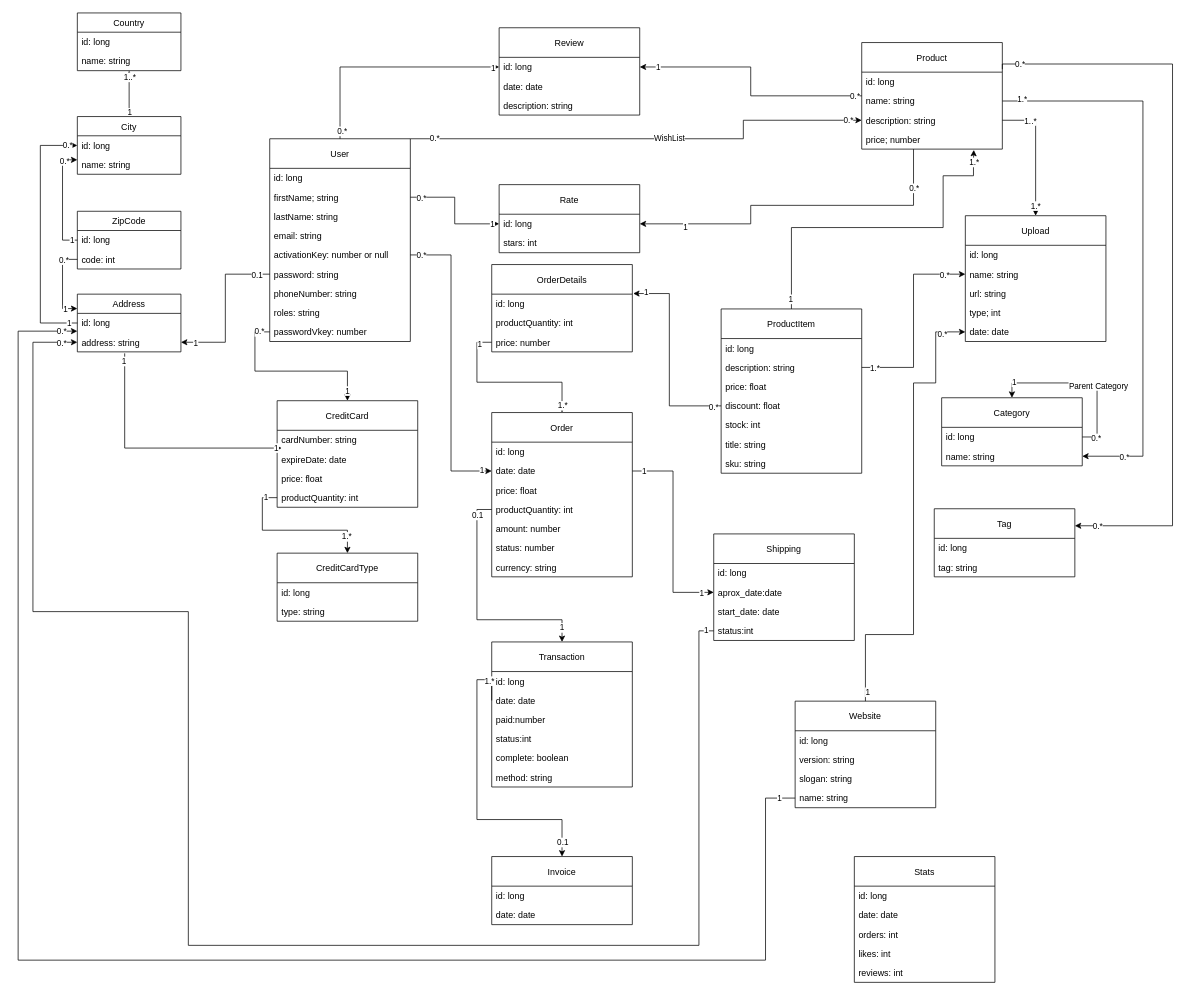
Psycomentis06/AZIT-e-commerce-API-doc keeps this draw.io diagram as page "Ecommerce basic model" (1 of 4) of Class Diagram.drawio. Above is the earlier version. Source tidied: cells renumbered, new cells numbered last; positions are measured from the earlier drawing's top-left corner, leaving out a move shared by most shapes. Both pictures are drawn from the tidied source at 74%, with x=0, y=0 at pixel (18, 13).
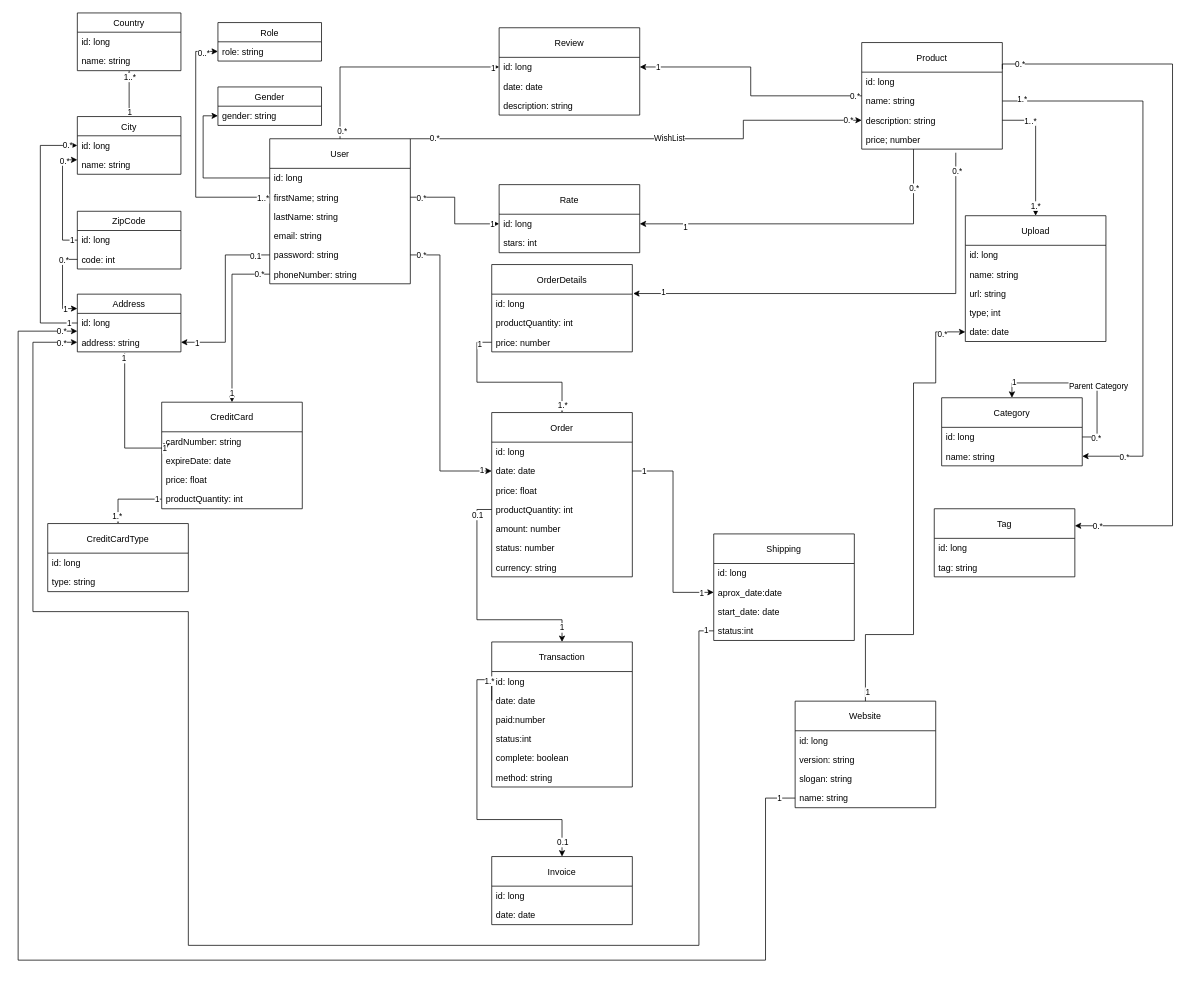
Above is the later version.

Commit message:
New Classes structure

Unchanged cells that the change refers to:
```xml
<mxCell id="10" value="id: long" style="text;strokeColor=none;fillColor=none;align=left;verticalAlign=top;spacingLeft=4;spacingRight=4;overflow=hidden;points=[[0,0.5],[1,0.5]];portConstraint=eastwest;" parent="9" vertex="1">
  <mxGeometry y="40" width="190" height="26" as="geometry" />
</mxCell>
<mxCell id="11" value="firstName; string" style="text;strokeColor=none;fillColor=none;align=left;verticalAlign=top;spacingLeft=4;spacingRight=4;overflow=hidden;points=[[0,0.5],[1,0.5]];portConstraint=eastwest;" parent="9" vertex="1">
  <mxGeometry y="66" width="190" height="26" as="geometry" />
</mxCell>
<mxCell id="47" value="name: string" style="text;strokeColor=none;fillColor=none;align=left;verticalAlign=top;spacingLeft=4;spacingRight=4;overflow=hidden;points=[[0,0.5],[1,0.5]];portConstraint=eastwest;" parent="45" vertex="1">
  <mxGeometry y="66" width="190" height="26" as="geometry" />
</mxCell>
<mxCell id="56" value="date: date" style="text;strokeColor=none;fillColor=none;align=left;verticalAlign=top;spacingLeft=4;spacingRight=4;overflow=hidden;points=[[0,0.5],[1,0.5]];portConstraint=eastwest;" parent="54" vertex="1">
  <mxGeometry y="66" width="190" height="26" as="geometry" />
</mxCell>
<mxCell id="89" value="id: long" style="text;strokeColor=none;fillColor=none;align=left;verticalAlign=top;spacingLeft=4;spacingRight=4;overflow=hidden;points=[[0,0.5],[1,0.5]];portConstraint=eastwest;" parent="88" vertex="1">
  <mxGeometry y="40" width="190" height="26" as="geometry" />
</mxCell>
<mxCell id="131" value="id: long" style="text;strokeColor=none;fillColor=none;align=left;verticalAlign=top;spacingLeft=4;spacingRight=4;overflow=hidden;points=[[0,0.5],[1,0.5]];portConstraint=eastwest;" parent="130" vertex="1">
  <mxGeometry y="40" width="190" height="26" as="geometry" />
</mxCell>
<mxCell id="147" value="price; number" style="text;strokeColor=none;fillColor=none;align=left;verticalAlign=top;spacingLeft=4;spacingRight=4;overflow=hidden;points=[[0,0.5],[1,0.5]];portConstraint=eastwest;" parent="143" vertex="1">
  <mxGeometry y="118" width="190" height="26" as="geometry" />
</mxCell>
```

Diff of the diagram source:
```diff
@@
     <mxCell id="9" value="User" style="swimlane;fontStyle=0;horizontal=1;startSize=40;fillColor=none;" parent="1" vertex="1">
-      <mxGeometry x="340" y="170" width="190" height="274" as="geometry" />
+      <mxGeometry x="340" y="170" width="190" height="196" as="geometry" />
     </mxCell>
@@
-    <mxCell id="14" value="activationKey: number or null" style="text;strokeColor=none;fillColor=none;align=left;verticalAlign=top;spacingLeft=4;spacingRight=4;overflow=hidden;points=[[0,0.5],[1,0.5]];portConstraint=eastwest;" parent="9" vertex="1">
-      <mxGeometry y="144" width="190" height="26" as="geometry" />
-    </mxCell>
     <mxCell id="15" value="password: string" style="text;strokeColor=none;fillColor=none;align=left;verticalAlign=top;spacingLeft=4;spacingRight=4;overflow=hidden;points=[[0,0.5],[1,0.5]];portConstraint=eastwest;" parent="9" vertex="1">
-      <mxGeometry y="170" width="190" height="26" as="geometry" />
+      <mxGeometry y="144" width="190" height="26" as="geometry" />
     </mxCell>
     <mxCell id="16" value="phoneNumber: string" style="text;strokeColor=none;fillColor=none;align=left;verticalAlign=top;spacingLeft=4;spacingRight=4;overflow=hidden;points=[[0,0.5],[1,0.5]];portConstraint=eastwest;" parent="9" vertex="1">
-      <mxGeometry y="196" width="190" height="26" as="geometry" />
+      <mxGeometry y="170" width="190" height="26" as="geometry" />
     </mxCell>
-    <mxCell id="17" value="roles: string" style="text;strokeColor=none;fillColor=none;align=left;verticalAlign=top;spacingLeft=4;spacingRight=4;overflow=hidden;" parent="9" vertex="1">
-      <mxGeometry y="222" width="190" height="26" as="geometry" />
-    </mxCell>
-    <mxCell id="18" value="passwordVkey: number" style="text;strokeColor=none;fillColor=none;align=left;verticalAlign=top;spacingLeft=4;spacingRight=4;overflow=hidden;points=[[0,0.5],[1,0.5]];portConstraint=eastwest;" parent="9" vertex="1">
-      <mxGeometry y="248" width="190" height="26" as="geometry" />
-    </mxCell>
@@
-    <mxCell id="22" style="edgeStyle=orthogonalEdgeStyle;rounded=0;jettySize=auto;html=1;exitX=0.5;exitY=0;exitDx=0;exitDy=0;entryX=0.797;entryY=1.043;entryDx=0;entryDy=0;entryPerimeter=0;" parent="1" edge="1" source="25" target="147">
-      <mxGeometry relative="1" as="geometry">
-        <Array as="points">
-          <mxPoint x="1045" y="290" />
-          <mxPoint x="1250" y="290" />
-          <mxPoint x="1250" y="220" />
-          <mxPoint x="1291" y="220" />
-          <mxPoint x="1291" y="200" />
-          <mxPoint x="1291" y="200" />
-        </Array>
-      </mxGeometry>
-    </mxCell>
-    <mxCell id="23" value="1" style="edgeLabel;html=1;align=center;verticalAlign=middle;" parent="22" vertex="1">
-      <mxGeometry x="-0.94" y="2" relative="1" as="geometry" />
-    </mxCell>
-    <mxCell id="24" value="1.*" style="edgeLabel;html=1;align=center;verticalAlign=middle;" parent="22" vertex="1">
-      <mxGeometry x="0.93" relative="1" as="geometry" />
-    </mxCell>
-    <mxCell id="25" value="ProductItem" style="swimlane;fontStyle=0;horizontal=1;startSize=40;fillColor=none;" parent="1" vertex="1">
-      <mxGeometry x="950" y="400" width="190" height="222" as="geometry" />
-    </mxCell>
-    <mxCell id="26" value="id: long" style="text;strokeColor=none;fillColor=none;align=left;verticalAlign=top;spacingLeft=4;spacingRight=4;overflow=hidden;" parent="25" vertex="1">
-      <mxGeometry y="40" width="190" height="26" as="geometry" />
-    </mxCell>
-    <mxCell id="27" value="description: string" style="text;strokeColor=none;fillColor=none;align=left;verticalAlign=top;spacingLeft=4;spacingRight=4;overflow=hidden;points=[[0,0.5],[1,0.5]];portConstraint=eastwest;" parent="25" vertex="1">
-      <mxGeometry y="66" width="190" height="26" as="geometry" />
-    </mxCell>
-    <mxCell id="28" value="price: float" style="text;strokeColor=none;fillColor=none;align=left;verticalAlign=top;spacingLeft=4;spacingRight=4;overflow=hidden;" parent="25" vertex="1">
-      <mxGeometry y="92" width="190" height="26" as="geometry" />
-    </mxCell>
-    <mxCell id="29" value="discount: float" style="text;strokeColor=none;fillColor=none;align=left;verticalAlign=top;spacingLeft=4;spacingRight=4;overflow=hidden;points=[[0,0.5],[1,0.5]];portConstraint=eastwest;" parent="25" vertex="1">
-      <mxGeometry y="118" width="190" height="26" as="geometry" />
-    </mxCell>
-    <mxCell id="30" value="stock: int" style="text;strokeColor=none;fillColor=none;align=left;verticalAlign=top;spacingLeft=4;spacingRight=4;overflow=hidden;" parent="25" vertex="1">
-      <mxGeometry y="144" width="190" height="26" as="geometry" />
-    </mxCell>
-    <mxCell id="31" value="title: string" style="text;strokeColor=none;fillColor=none;align=left;verticalAlign=top;spacingLeft=4;spacingRight=4;overflow=hidden;" parent="25" vertex="1">
-      <mxGeometry y="170" width="190" height="26" as="geometry" />
-    </mxCell>
-    <mxCell id="32" value="sku: string" style="text;strokeColor=none;fillColor=none;align=left;verticalAlign=top;spacingLeft=4;spacingRight=4;overflow=hidden;" parent="25" vertex="1">
-      <mxGeometry y="196" width="190" height="26" as="geometry" />
-    </mxCell>
@@
-    <mxCell id="79" style="edgeStyle=orthogonalEdgeStyle;rounded=0;jettySize=auto;html=1;exitX=1;exitY=0.5;exitDx=0;exitDy=0;entryX=0;entryY=0.5;entryDx=0;entryDy=0;" parent="1" edge="1" source="27" target="47">
-      <mxGeometry relative="1" as="geometry" />
-    </mxCell>
-    <mxCell id="80" value="1.*" style="edgeLabel;html=1;align=center;verticalAlign=middle;" parent="79" vertex="1">
-      <mxGeometry x="-0.87" relative="1" as="geometry" />
-    </mxCell>
-    <mxCell id="81" value="0.*" style="edgeLabel;html=1;align=center;verticalAlign=middle;" parent="79" vertex="1">
-      <mxGeometry x="0.78" relative="1" as="geometry" />
-    </mxCell>
@@
     <mxCell id="94" style="edgeStyle=orthogonalEdgeStyle;rounded=0;jettySize=auto;html=1;entryX=1;entryY=0.5;entryDx=0;entryDy=0;" parent="1" edge="1" target="89">
       <mxGeometry relative="1" as="geometry">
         <mxPoint x="1210" y="184" as="sourcePoint" />
         <Array as="points">
-          <mxPoint x="1210" y="184" />
-          <mxPoint x="1210" y="260" />
-          <mxPoint x="990" y="260" />
-          <mxPoint x="990" y="285" />
+          <mxPoint x="1210" y="285" />
         </Array>
       </mxGeometry>
     </mxCell>
@@
     <mxCell id="97" value="CreditCard" style="swimlane;fontStyle=0;horizontal=1;startSize=40;fillColor=none;" parent="1" vertex="1">
-      <mxGeometry x="350" y="524" width="190" height="144" as="geometry" />
+      <mxGeometry x="194" y="526" width="190" height="144" as="geometry" />
     </mxCell>
@@
     <mxCell id="102" value="CreditCardType" style="swimlane;fontStyle=0;horizontal=1;startSize=40;fillColor=none;" parent="1" vertex="1">
-      <mxGeometry x="350" y="730" width="190" height="92" as="geometry" />
+      <mxGeometry x="40" y="690" width="190" height="92" as="geometry" />
     </mxCell>
@@
-    <mxCell id="105" style="edgeStyle=orthogonalEdgeStyle;rounded=0;jettySize=auto;html=1;exitX=0;exitY=0.5;exitDx=0;exitDy=0;entryX=0.5;entryY=0;entryDx=0;entryDy=0;" parent="1" edge="1" source="18" target="97">
+    <mxCell id="105" style="edgeStyle=orthogonalEdgeStyle;rounded=0;jettySize=auto;html=1;exitX=0;exitY=0.5;exitDx=0;exitDy=0;entryX=0.5;entryY=0;entryDx=0;entryDy=0;" parent="1" edge="1" source="16" target="97">
       <mxGeometry relative="1" as="geometry" />
     </mxCell>
@@
-    <mxCell id="134" style="edgeStyle=orthogonalEdgeStyle;rounded=0;jettySize=auto;html=1;exitX=1;exitY=0.5;exitDx=0;exitDy=0;entryX=0;entryY=0.5;entryDx=0;entryDy=0;" parent="1" edge="1" source="14" target="56">
-      <mxGeometry relative="1" as="geometry" />
+    <mxCell id="134" style="edgeStyle=orthogonalEdgeStyle;rounded=0;jettySize=auto;html=1;exitX=1;exitY=0.5;exitDx=0;exitDy=0;entryX=0;entryY=0.5;entryDx=0;entryDy=0;" parent="1" edge="1" target="56">
+      <mxGeometry relative="1" as="geometry">
+        <mxPoint x="530" y="327" as="sourcePoint" />
+        <Array as="points">
+          <mxPoint x="570" y="327" />
+          <mxPoint x="570" y="619" />
+        </Array>
+      </mxGeometry>
     </mxCell>
@@
-    <mxCell id="137" style="edgeStyle=orthogonalEdgeStyle;rounded=0;jettySize=auto;html=1;exitX=0;exitY=0.5;exitDx=0;exitDy=0;entryX=1.006;entryY=-0.032;entryDx=0;entryDy=0;entryPerimeter=0;" parent="1" edge="1" source="29" target="131">
+    <mxCell id="137" style="edgeStyle=orthogonalEdgeStyle;rounded=0;jettySize=auto;html=1;exitX=0.669;exitY=1.187;exitDx=0;exitDy=0;entryX=1.006;entryY=-0.032;entryDx=0;entryDy=0;entryPerimeter=0;exitPerimeter=0;" parent="1" edge="1" source="147" target="131">
       <mxGeometry relative="1" as="geometry">
         <Array as="points">
-          <mxPoint x="880" y="531" />
-          <mxPoint x="880" y="379" />
+          <mxPoint x="1267" y="379" />
         </Array>
       </mxGeometry>
     </mxCell>
@@
-    <mxCell id="182" value="Stats" style="swimlane;fontStyle=0;horizontal=1;startSize=40;fillColor=none;" parent="1" vertex="1">
-      <mxGeometry x="1130" y="1140" width="190" height="170" as="geometry" />
-    </mxCell>
-    <mxCell id="183" value="id: long" style="text;strokeColor=none;fillColor=none;align=left;verticalAlign=top;spacingLeft=4;spacingRight=4;overflow=hidden;" parent="182" vertex="1">
-      <mxGeometry y="40" width="190" height="26" as="geometry" />
-    </mxCell>
-    <mxCell id="184" value="date: date" style="text;strokeColor=none;fillColor=none;align=left;verticalAlign=top;spacingLeft=4;spacingRight=4;overflow=hidden;" parent="182" vertex="1">
-      <mxGeometry y="66" width="190" height="26" as="geometry" />
-    </mxCell>
-    <mxCell id="185" value="orders: int" style="text;strokeColor=none;fillColor=none;align=left;verticalAlign=top;spacingLeft=4;spacingRight=4;overflow=hidden;" parent="182" vertex="1">
-      <mxGeometry y="92" width="190" height="26" as="geometry" />
-    </mxCell>
-    <mxCell id="186" value="likes: int" style="text;strokeColor=none;fillColor=none;align=left;verticalAlign=top;spacingLeft=4;spacingRight=4;overflow=hidden;" parent="182" vertex="1">
-      <mxGeometry y="118" width="190" height="26" as="geometry" />
-    </mxCell>
-    <mxCell id="187" value="reviews: int" style="text;strokeColor=none;fillColor=none;align=left;verticalAlign=top;spacingLeft=4;spacingRight=4;overflow=hidden;" parent="182" vertex="1">
-      <mxGeometry y="144" width="190" height="26" as="geometry" />
-    </mxCell>
+    <mxCell id="188" value="Role" style="swimlane;fontStyle=0;horizontal=1;startSize=26;fillColor=none;" parent="1" vertex="1">
+      <mxGeometry x="270" y="13" width="140" height="52" as="geometry" />
+    </mxCell>
+    <mxCell id="189" value="role: string" style="text;strokeColor=none;fillColor=none;align=left;verticalAlign=top;spacingLeft=4;spacingRight=4;overflow=hidden;points=[[0,0.5],[1,0.5]];portConstraint=eastwest;" parent="188" vertex="1">
+      <mxGeometry y="26" width="140" height="26" as="geometry" />
+    </mxCell>
+    <mxCell id="190" style="edgeStyle=orthogonalEdgeStyle;rounded=0;jettySize=auto;html=1;exitX=0;exitY=0.5;exitDx=0;exitDy=0;entryX=0;entryY=0.5;entryDx=0;entryDy=0;" parent="1" edge="1" source="11" target="189">
+      <mxGeometry relative="1" as="geometry">
+        <Array as="points">
+          <mxPoint x="240" y="249" />
+          <mxPoint x="240" y="52" />
+        </Array>
+      </mxGeometry>
+    </mxCell>
+    <mxCell id="191" value="1..*" style="edgeLabel;html=1;align=center;verticalAlign=middle;" parent="190" vertex="1">
+      <mxGeometry x="-0.94" relative="1" as="geometry">
+        <mxPoint y="1" as="offset" />
+      </mxGeometry>
+    </mxCell>
+    <mxCell id="192" value="0..*" style="edgeLabel;html=1;align=center;verticalAlign=middle;" parent="190" vertex="1">
+      <mxGeometry x="0.88" y="-1" relative="1" as="geometry" />
+    </mxCell>
+    <mxCell id="193" value="Gender" style="swimlane;fontStyle=0;horizontal=1;startSize=26;fillColor=none;" parent="1" vertex="1">
+      <mxGeometry x="270" y="100" width="140" height="52" as="geometry" />
+    </mxCell>
+    <mxCell id="194" value="gender: string" style="text;strokeColor=none;fillColor=none;align=left;verticalAlign=top;spacingLeft=4;spacingRight=4;overflow=hidden;points=[[0,0.5],[1,0.5]];portConstraint=eastwest;" parent="193" vertex="1">
+      <mxGeometry y="26" width="140" height="26" as="geometry" />
+    </mxCell>
+    <mxCell id="195" style="edgeStyle=orthogonalEdgeStyle;rounded=0;jettySize=auto;html=1;exitX=0;exitY=0.5;exitDx=0;exitDy=0;entryX=0;entryY=0.5;entryDx=0;entryDy=0;" parent="1" edge="1" source="10" target="194">
+      <mxGeometry relative="1" as="geometry" />
+    </mxCell>
```
